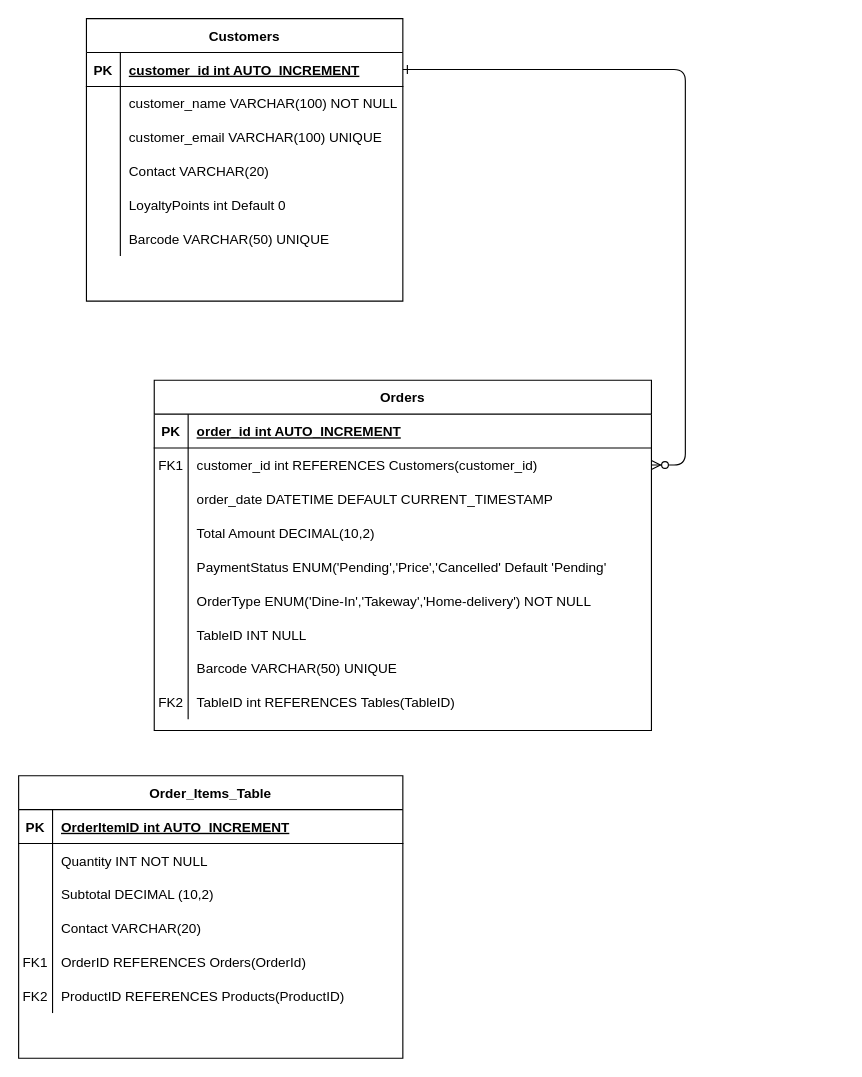
Before: Untitled Diagram.drawio in Awepandarr/POS_System, a draw.io diagram. Source tidied: cells renumbered, new cells numbered last; positions are measured from the earlier drawing's top-left corner, leaving out a move shared by most shapes. Both pictures are drawn from the tidied source at 113%, with x=0, y=0 at pixel (18, 18).
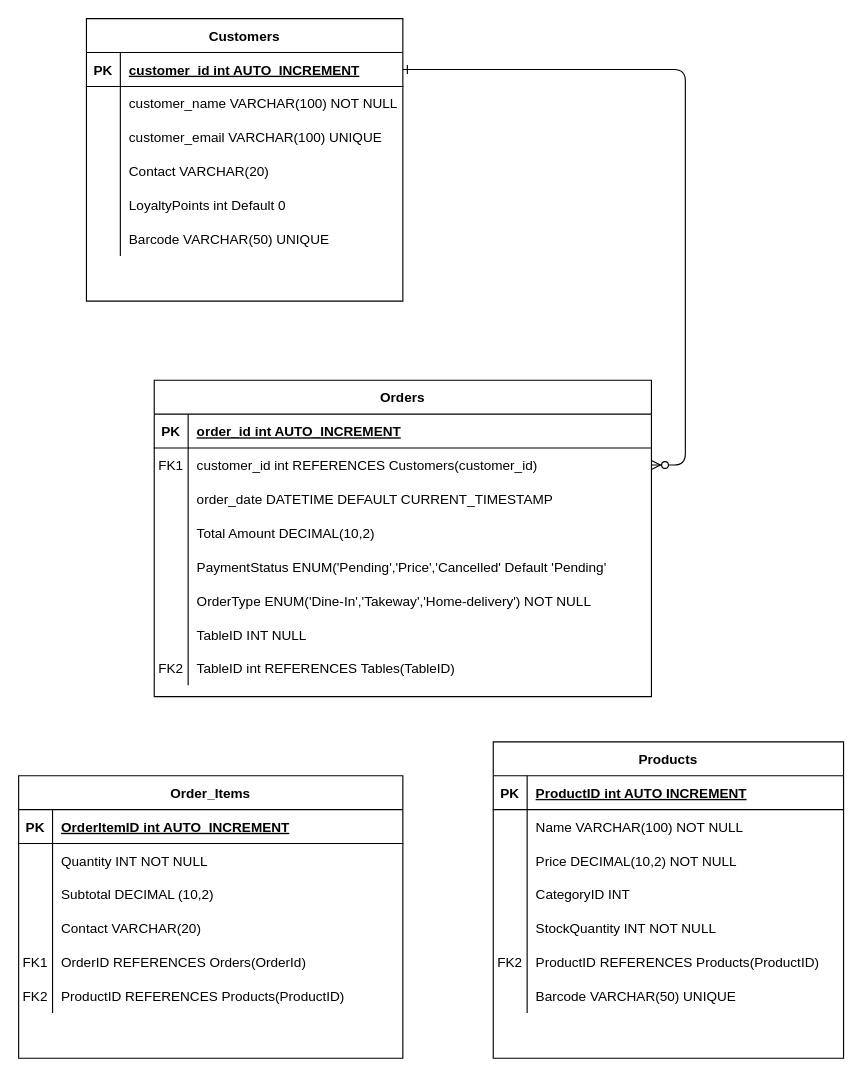
The same page after the edit.

Diff of the diagram source:
```diff
@@
     <mxCell id="22" value="Orders" style="shape=table;startSize=30;childLayout=tableLayout;rowLines=0;fontStyle=1;align=center;" parent="1" vertex="1">
-      <mxGeometry x="120" y="320" width="440" height="310" as="geometry" />
+      <mxGeometry x="120" y="320" width="440" height="280" as="geometry" />
     </mxCell>
@@
-    <mxCell id="44" style="shape=partialRectangle;fillColor=none;top=0;left=0;right=0;bottom=0;" parent="22" vertex="1">
-      <mxGeometry y="240" width="440" height="30" as="geometry" />
-    </mxCell>
-    <mxCell id="45" style="shape=partialRectangle;overflow=hidden;fillColor=none;top=0;left=0;bottom=0;right=0;" parent="44" vertex="1">
-      <mxGeometry width="30" height="30" as="geometry" />
-    </mxCell>
-    <mxCell id="46" value="Barcode VARCHAR(50) UNIQUE" style="shape=partialRectangle;overflow=hidden;fillColor=none;top=0;left=0;bottom=0;right=0;align=left;spacingLeft=6;" parent="44" vertex="1">
-      <mxGeometry x="30" width="410" height="30" as="geometry" />
-    </mxCell>
     <mxCell id="47" style="shape=partialRectangle;fillColor=none;top=0;left=0;right=0;bottom=0;" parent="22" vertex="1">
-      <mxGeometry y="270" width="440" height="30" as="geometry" />
+      <mxGeometry y="240" width="440" height="30" as="geometry" />
     </mxCell>
@@
-    <mxCell id="50" value="Order_Items_Table" style="shape=table;startSize=30;childLayout=tableLayout;rowLines=0;fontStyle=1;align=center;" parent="1" vertex="1">
+    <mxCell id="50" value="Order_Items" style="shape=table;startSize=30;childLayout=tableLayout;rowLines=0;fontStyle=1;align=center;" parent="1" vertex="1">
       <mxGeometry y="670" width="340" height="250" as="geometry" />
     </mxCell>
@@
+    <mxCell id="69" value="Products" style="shape=table;startSize=30;childLayout=tableLayout;rowLines=0;fontStyle=1;align=center;" parent="1" vertex="1">
+      <mxGeometry x="420" y="640" width="310" height="280" as="geometry" />
+    </mxCell>
+    <mxCell id="70" style="shape=partialRectangle;fillColor=none;top=0;left=0;right=0;bottom=1;" parent="69" vertex="1">
+      <mxGeometry y="30" width="310" height="30" as="geometry" />
+    </mxCell>
+    <mxCell id="71" value="PK" style="shape=partialRectangle;overflow=hidden;fillColor=none;top=0;left=0;bottom=0;right=0;fontStyle=1;" parent="70" vertex="1">
+      <mxGeometry width="30" height="30" as="geometry" />
+    </mxCell>
+    <mxCell id="72" value="ProductID int AUTO INCREMENT" style="shape=partialRectangle;overflow=hidden;fillColor=none;top=0;left=0;bottom=0;right=0;align=left;spacingLeft=6;fontStyle=5;" parent="70" vertex="1">
+      <mxGeometry x="30" width="280" height="30" as="geometry" />
+    </mxCell>
+    <mxCell id="73" style="shape=partialRectangle;fillColor=none;top=0;left=0;right=0;bottom=0;" parent="69" vertex="1">
+      <mxGeometry y="60" width="310" height="30" as="geometry" />
+    </mxCell>
+    <mxCell id="74" style="shape=partialRectangle;overflow=hidden;fillColor=none;top=0;left=0;bottom=0;right=0;" parent="73" vertex="1">
+      <mxGeometry width="30" height="30" as="geometry" />
+    </mxCell>
+    <mxCell id="75" value="Name VARCHAR(100) NOT NULL" style="shape=partialRectangle;overflow=hidden;fillColor=none;top=0;left=0;bottom=0;right=0;align=left;spacingLeft=6;" parent="73" vertex="1">
+      <mxGeometry x="30" width="280" height="30" as="geometry" />
+    </mxCell>
+    <mxCell id="76" style="shape=partialRectangle;fillColor=none;top=0;left=0;right=0;bottom=0;" parent="69" vertex="1">
+      <mxGeometry y="90" width="310" height="30" as="geometry" />
+    </mxCell>
+    <mxCell id="77" style="shape=partialRectangle;overflow=hidden;fillColor=none;top=0;left=0;bottom=0;right=0;" parent="76" vertex="1">
+      <mxGeometry width="30" height="30" as="geometry" />
+    </mxCell>
+    <mxCell id="78" value="Price DECIMAL(10,2) NOT NULL" style="shape=partialRectangle;overflow=hidden;fillColor=none;top=0;left=0;bottom=0;right=0;align=left;spacingLeft=6;" parent="76" vertex="1">
+      <mxGeometry x="30" width="280" height="30" as="geometry" />
+    </mxCell>
+    <mxCell id="79" style="shape=partialRectangle;fillColor=none;top=0;left=0;right=0;bottom=0;" parent="69" vertex="1">
+      <mxGeometry y="120" width="310" height="30" as="geometry" />
+    </mxCell>
+    <mxCell id="80" style="shape=partialRectangle;overflow=hidden;fillColor=none;top=0;left=0;bottom=0;right=0;" parent="79" vertex="1">
+      <mxGeometry width="30" height="30" as="geometry" />
+    </mxCell>
+    <mxCell id="81" value="CategoryID INT" style="shape=partialRectangle;overflow=hidden;fillColor=none;top=0;left=0;bottom=0;right=0;align=left;spacingLeft=6;" parent="79" vertex="1">
+      <mxGeometry x="30" width="280" height="30" as="geometry" />
+    </mxCell>
+    <mxCell id="82" style="shape=partialRectangle;fillColor=none;top=0;left=0;right=0;bottom=0;" parent="69" vertex="1">
+      <mxGeometry y="150" width="310" height="30" as="geometry" />
+    </mxCell>
+    <mxCell id="83" style="shape=partialRectangle;overflow=hidden;fillColor=none;top=0;left=0;bottom=0;right=0;" parent="82" vertex="1">
+      <mxGeometry width="30" height="30" as="geometry" />
+    </mxCell>
+    <mxCell id="84" value="StockQuantity INT NOT NULL" style="shape=partialRectangle;overflow=hidden;fillColor=none;top=0;left=0;bottom=0;right=0;align=left;spacingLeft=6;" parent="82" vertex="1">
+      <mxGeometry x="30" width="280" height="30" as="geometry" />
+    </mxCell>
+    <mxCell id="85" style="shape=partialRectangle;fillColor=none;top=0;left=0;right=0;bottom=0;" parent="69" vertex="1">
+      <mxGeometry y="180" width="310" height="30" as="geometry" />
+    </mxCell>
+    <mxCell id="86" value="FK2" style="shape=partialRectangle;overflow=hidden;fillColor=none;top=0;left=0;bottom=0;right=0;" parent="85" vertex="1">
+      <mxGeometry width="30" height="30" as="geometry" />
+    </mxCell>
+    <mxCell id="87" value="ProductID REFERENCES Products(ProductID)" style="shape=partialRectangle;overflow=hidden;fillColor=none;top=0;left=0;bottom=0;right=0;align=left;spacingLeft=6;" parent="85" vertex="1">
+      <mxGeometry x="30" width="280" height="30" as="geometry" />
+    </mxCell>
+    <mxCell id="88" style="shape=partialRectangle;fillColor=none;top=0;left=0;right=0;bottom=0;" parent="69" vertex="1">
+      <mxGeometry y="210" width="310" height="30" as="geometry" />
+    </mxCell>
+    <mxCell id="89" style="shape=partialRectangle;overflow=hidden;fillColor=none;top=0;left=0;bottom=0;right=0;" parent="88" vertex="1">
+      <mxGeometry width="30" height="30" as="geometry" />
+    </mxCell>
+    <mxCell id="46" value="Barcode VARCHAR(50) UNIQUE" style="shape=partialRectangle;overflow=hidden;fillColor=none;top=0;left=0;bottom=0;right=0;align=left;spacingLeft=6;" parent="88" vertex="1">
+      <mxGeometry x="30" width="280" height="30" as="geometry" />
+    </mxCell>
```
